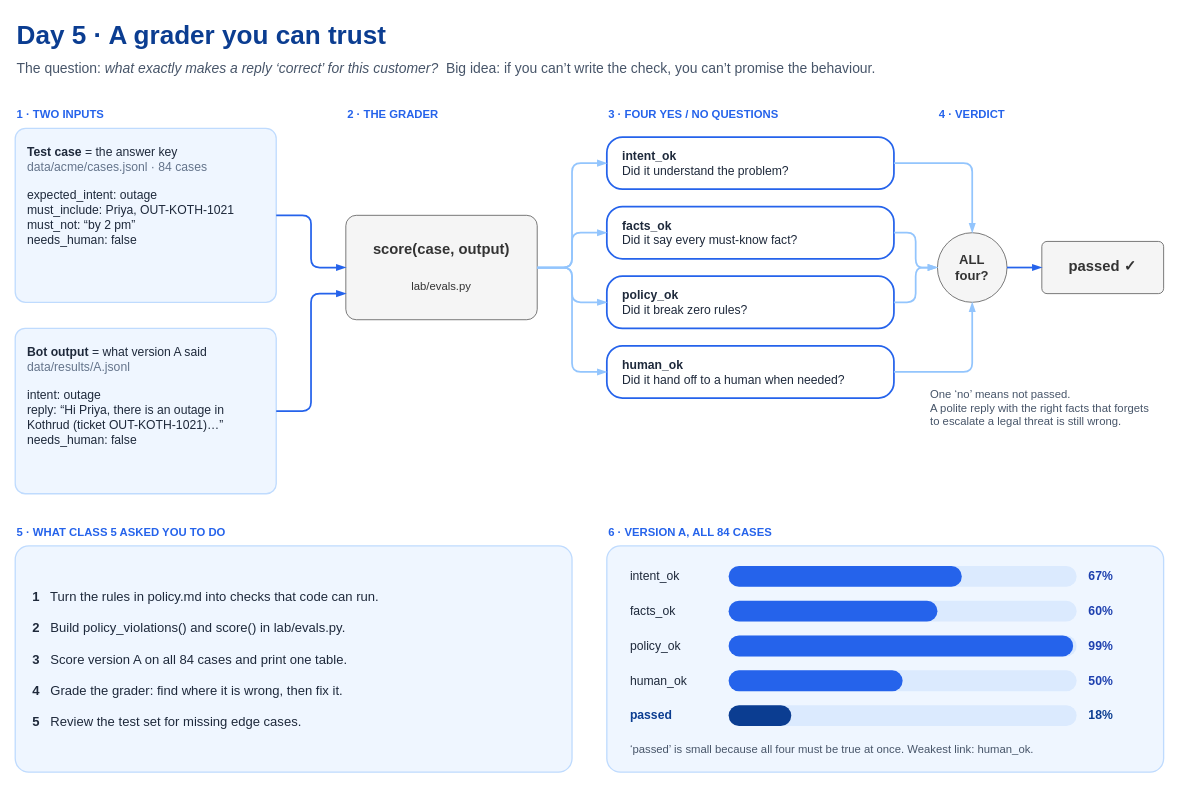
Above: page "1 · The big picture" (1 of 3) of fde-first-principles/1-measure-before-you-believe/05-a-grader-you-can-trust/day5-grader-explained.drawio in raj-champaneriya-ibm/continuous-learning (draw.io), before the change. Source tidied: cells renumbered, new cells numbered last; positions are measured from the earlier drawing's top-left corner, leaving out a move shared by most shapes. Both pictures are drawn from the tidied source at 87%, with x=0, y=0 at pixel (15, 15).
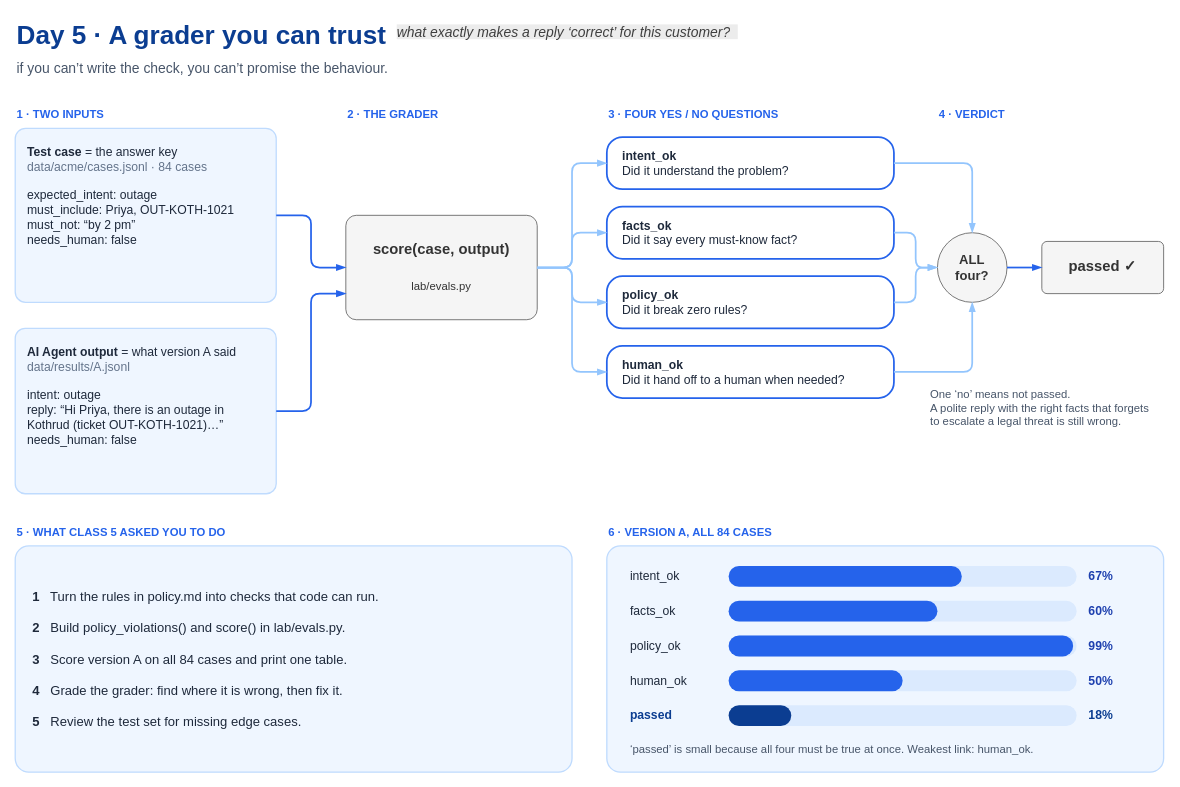
Above is the later version.

Diff of the diagram source:
```diff
@@
-    <mxCell id="3" value="The question: &lt;i&gt;what exactly makes a reply ‘correct’ for this customer?&lt;/i&gt; &amp;nbsp;Big idea: if you can’t write the check, you can’t promise the behaviour." style="text;html=1;align=left;verticalAlign=middle;fontSize=16;fontColor=#475569;fontFamily=Helvetica;strokeColor=none;fillColor=none;" parent="1" vertex="1">
+    <mxCell id="3" value="&lt;div&gt;if you can’t write the check, you can’t promise the behaviour.&lt;/div&gt;" style="text;html=1;align=left;verticalAlign=middle;fontSize=16;fontColor=#475569;fontFamily=Helvetica;strokeColor=none;fillColor=none;" parent="1" vertex="1">
       <mxGeometry y="46" width="1320" height="30" as="geometry" />
     </mxCell>
@@
-    <mxCell id="9" value="&lt;b&gt;Bot output&lt;/b&gt; = what version A said&lt;br&gt;&lt;font color=&quot;#64748B&quot;&gt;data/results/A.jsonl&lt;/font&gt;&lt;br&gt;&lt;br&gt;intent: outage&lt;br&gt;reply: “Hi Priya, there is an outage in Kothrud (ticket OUT-KOTH-1021)…”&lt;br&gt;needs_human: false" style="rounded=1;arcSize=6;whiteSpace=wrap;html=1;fillColor=#EFF6FF;strokeColor=#BFDBFE;strokeWidth=1.5;fontColor=#1E293B;fontFamily=Helvetica;fontSize=14;align=left;verticalAlign=top;spacing=14;" parent="1" vertex="1">
+    <mxCell id="9" value="&lt;b&gt;AI Agent output&lt;/b&gt; = what version A said&lt;br&gt;&lt;font color=&quot;#64748B&quot;&gt;data/results/A.jsonl&lt;/font&gt;&lt;br&gt;&lt;br&gt;intent: outage&lt;br&gt;reply: “Hi Priya, there is an outage in Kothrud (ticket OUT-KOTH-1021)…”&lt;br&gt;needs_human: false" style="rounded=1;arcSize=6;whiteSpace=wrap;html=1;fillColor=#EFF6FF;strokeColor=#BFDBFE;strokeWidth=1.5;fontColor=#1E293B;fontFamily=Helvetica;fontSize=14;align=left;verticalAlign=top;spacing=14;" parent="1" vertex="1">
       <mxGeometry y="360" width="300" height="190" as="geometry" />
     </mxCell>
@@
+    <mxCell id="54" value="&lt;i style=&quot;forced-color-adjust: none; color: rgb(63, 63, 63); scrollbar-color: rgba(121, 121, 121, 0.4) rgb(31, 31, 31); font-family: Helvetica; font-size: 16px; font-variant-ligatures: normal; font-variant-caps: normal; font-weight: 400; letter-spacing: normal; orphans: 2; text-align: left; text-indent: 0px; text-transform: none; widows: 2; word-spacing: 0px; -webkit-text-stroke-width: 0px; white-space: nowrap; background-color: rgb(236, 236, 236); text-decoration-thickness: initial; text-decoration-style: initial; text-decoration-color: initial;&quot;&gt;what exactly makes a reply ‘correct’ for this customer?&lt;/i&gt;&lt;span style=&quot;color: rgb(71, 85, 105); font-family: Helvetica; font-size: 16px; font-style: normal; font-variant-ligatures: normal; font-variant-caps: normal; font-weight: 400; letter-spacing: normal; orphans: 2; text-align: left; text-indent: 0px; text-transform: none; widows: 2; word-spacing: 0px; -webkit-text-stroke-width: 0px; white-space: nowrap; background-color: rgb(236, 236, 236); text-decoration-thickness: initial; text-decoration-style: initial; text-decoration-color: initial; display: inline !important; float: none;&quot;&gt;&lt;span&gt;&amp;nbsp;&lt;/span&gt;&amp;nbsp;&lt;/span&gt;" style="text;whiteSpace=wrap;html=1;" parent="1" vertex="1">
+      <mxGeometry x="437" y="3" width="420" height="41" as="geometry" />
+    </mxCell>
```
